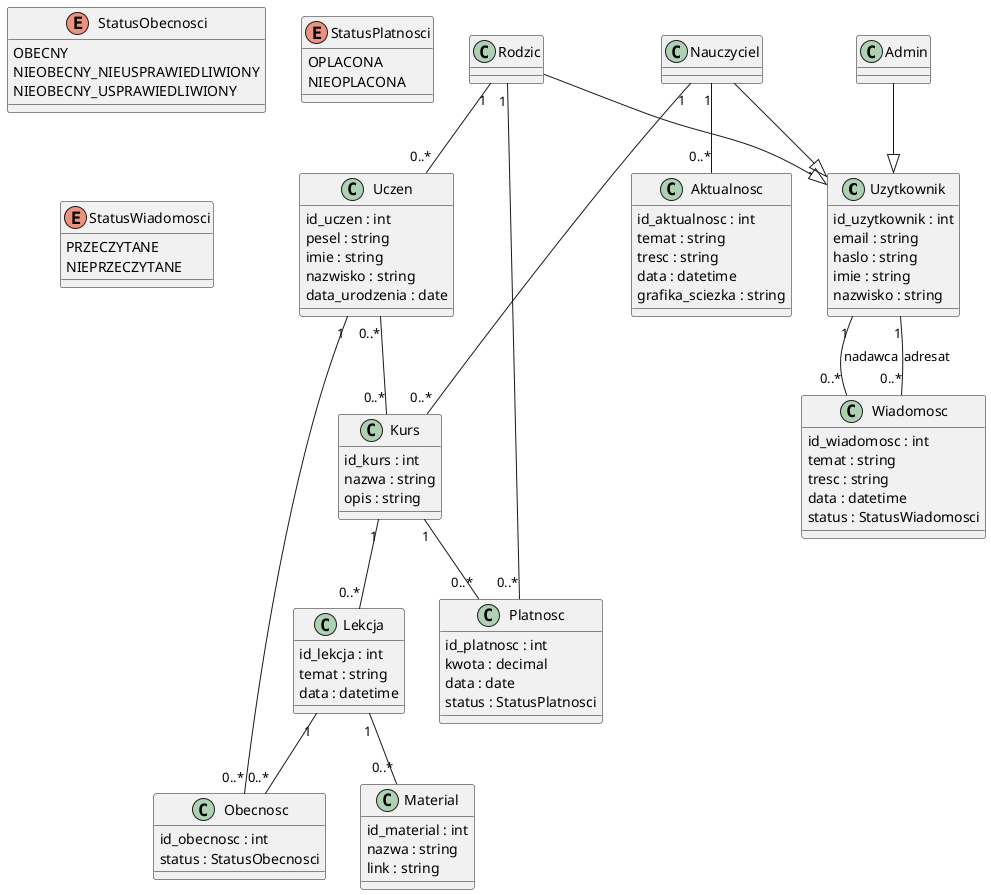
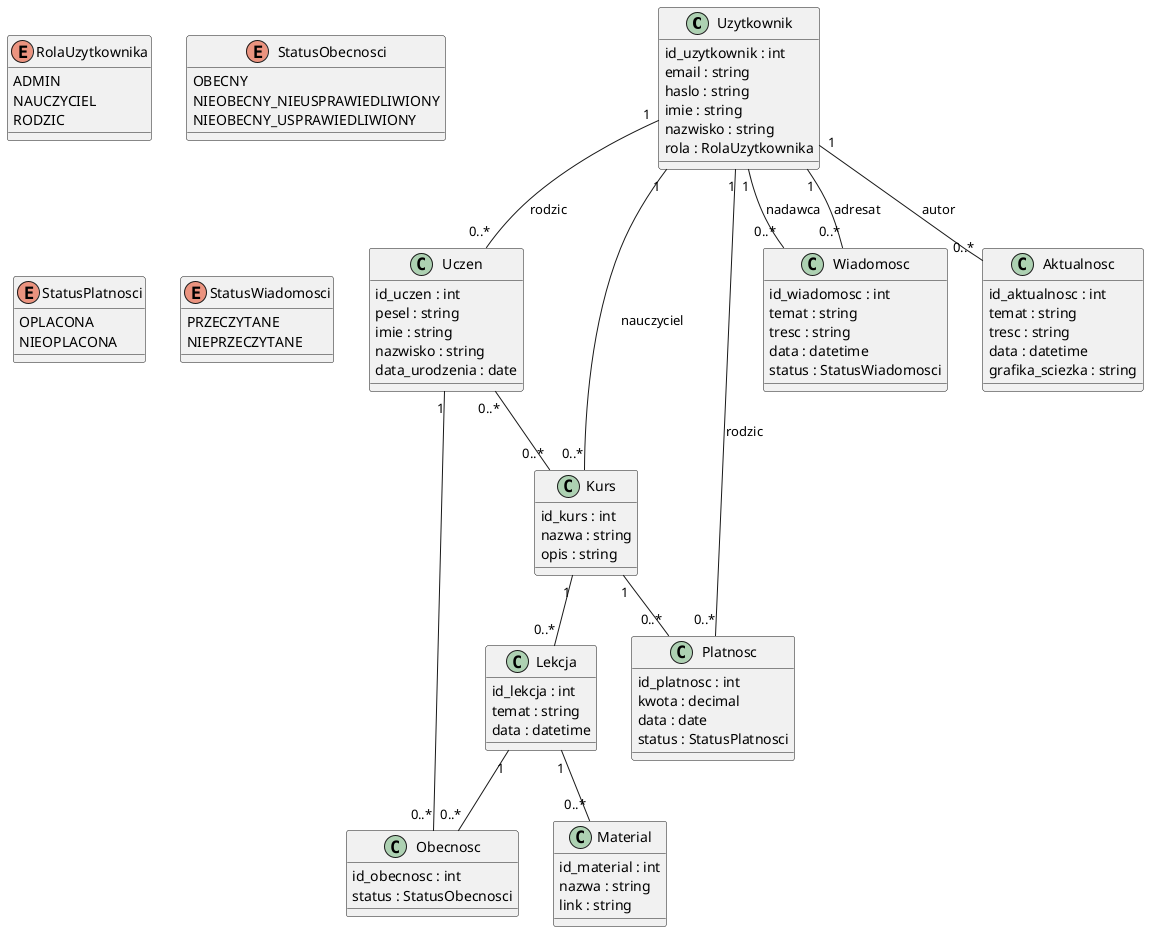
@startuml
skinparam classAttributeIconSize 0
- 
- ' ===== KLASY =====

class Uzytkownik {
  id_uzytkownik : int
  email : string
  haslo : string
  imie : string
  nazwisko : string
+   rola : RolaUzytkownika
}
- 
- class Rodzic
- class Nauczyciel
- class Admin

class Uczen {
  id_uczen : int
  pesel : string
  imie : string
  nazwisko : string
  data_urodzenia : date
}

class Kurs {
  id_kurs : int
  nazwa : string
  opis : string
}

class Lekcja {
  id_lekcja : int
  temat : string
  data : datetime
}

class Material {
  id_material : int
  nazwa : string
  link : string
}

class Obecnosc {
  id_obecnosc : int
  status : StatusObecnosci
}

class Platnosc {
  id_platnosc : int
  kwota : decimal
  data : date
  status : StatusPlatnosci
}

class Wiadomosc {
  id_wiadomosc : int
  temat : string
  tresc : string
  data : datetime
  status : StatusWiadomosci
}

class Aktualnosc {
  id_aktualnosc : int
  temat : string
  tresc : string
  data : datetime
  grafika_sciezka : string
}

' ===== ENUMY =====

+ enum RolaUzytkownika {
+   ADMIN
+   NAUCZYCIEL
+   RODZIC
+ }
+ 
enum StatusObecnosci {
  OBECNY
  NIEOBECNY_NIEUSPRAWIEDLIWIONY
  NIEOBECNY_USPRAWIEDLIWIONY
}

enum StatusPlatnosci {
  OPLACONA
  NIEOPLACONA
}

enum StatusWiadomosci {
  PRZECZYTANE
  NIEPRZECZYTANE
}

- ' ===== DZIEDZICZENIE =====
- 
- Rodzic --|> Uzytkownik
- Nauczyciel --|> Uzytkownik
- Admin --|> Uzytkownik
- 
' ===== RELACJE =====

- Rodzic "1" -- "0..*" Uczen
+ Uzytkownik "1" -- "0..*" Uczen : rodzic

- Nauczyciel "1" -- "0..*" Kurs
+ Uzytkownik "1" -- "0..*" Kurs : nauczyciel

Kurs "1" -- "0..*" Lekcja

Lekcja "1" -- "0..*" Material

Uczen "1" -- "0..*" Obecnosc
Lekcja "1" -- "0..*" Obecnosc

- Rodzic "1" -- "0..*" Platnosc
+ Uzytkownik "1" -- "0..*" Platnosc : rodzic
Kurs "1" -- "0..*" Platnosc

Uczen "0..*" -- "0..*" Kurs

Uzytkownik "1" -- "0..*" Wiadomosc : nadawca
Uzytkownik "1" -- "0..*" Wiadomosc : adresat

- Nauczyciel "1" -- "0..*" Aktualnosc
+ Uzytkownik "1" -- "0..*" Aktualnosc : autor

@enduml